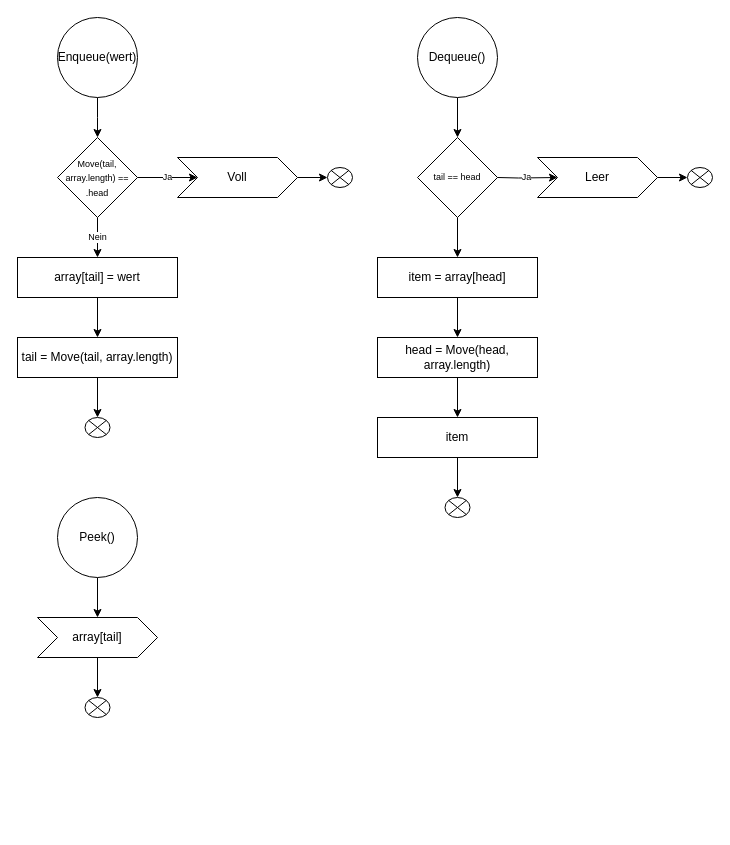
Above: Queue_Diagram.drawio.xml in amariwan/Stack-Queue-LinkedList (draw.io), before the change. Source tidied: cells renumbered, new cells numbered last; positions are measured from the earlier drawing's top-left corner, leaving out a move shared by most shapes. Both pictures are drawn from the tidied source at 100%, with x=0, y=0 at pixel (17, 17).
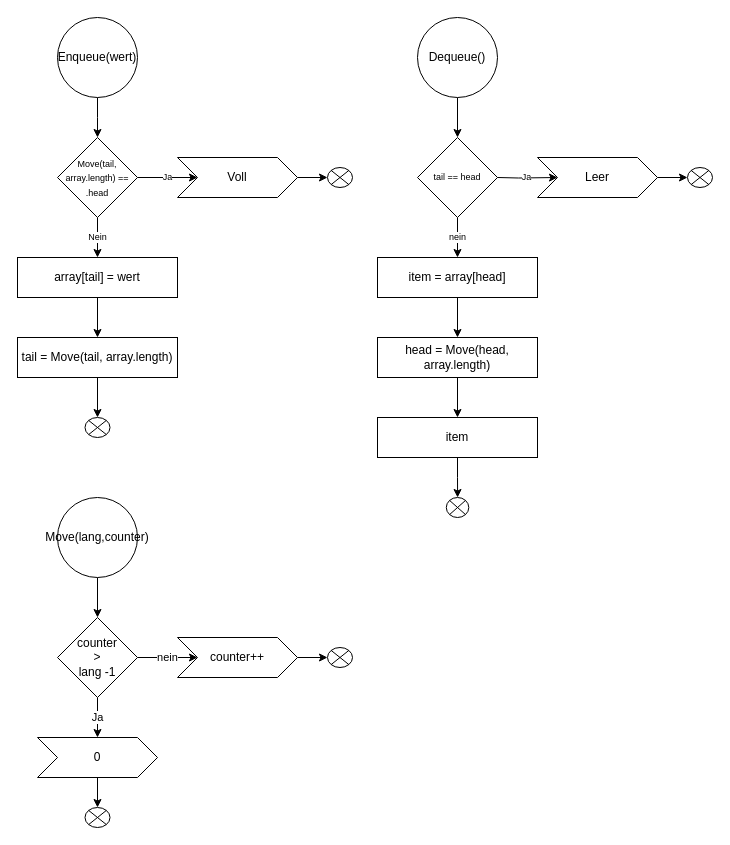
After the change.

Unchanged cells that the change refers to:
```xml
<mxCell id="18" value="tail == head" style="rhombus;whiteSpace=wrap;html=1;fontSize=9;" parent="1" vertex="1">
  <mxGeometry x="400" y="120" width="80" height="80" as="geometry" />
</mxCell>
<mxCell id="24" value="&lt;span style=&quot;font-weight: normal;&quot;&gt;item = array[head]&lt;/span&gt;" style="whiteSpace=wrap;html=1;fontStyle=1;" parent="1" vertex="1">
  <mxGeometry x="360" y="240" width="160" height="40" as="geometry" />
</mxCell>
```

Change to the diagram source:
```diff
@@
-    <mxCell id="17" style="edgeStyle=orthogonalEdgeStyle;rounded=0;jettySize=auto;html=1;fontSize=9;" parent="1" edge="1" source="18" target="24">
+    <mxCell id="17" value="nein" style="edgeStyle=orthogonalEdgeStyle;rounded=0;jettySize=auto;html=1;fontSize=9;" parent="1" edge="1" source="18" target="24">
       <mxGeometry relative="1" as="geometry" />
     </mxCell>
@@
     <mxCell id="29" style="verticalLabelPosition=bottom;verticalAlign=top;html=1;shape=mxgraph.flowchart.or;" parent="1" vertex="1">
-      <mxGeometry x="427.5" y="480" width="25" height="20" as="geometry" />
+      <mxGeometry x="428.8" y="480" width="22.5" height="20" as="geometry" />
     </mxCell>
-    <mxCell id="30" style="edgeStyle=orthogonalEdgeStyle;rounded=0;jettySize=auto;html=1;fontSize=9;" parent="1" edge="1" source="31" target="33">
-      <mxGeometry relative="1" as="geometry" />
-    </mxCell>
-    <mxCell id="31" value="Peek()" style="ellipse;whiteSpace=wrap;html=1;fontFamily=Helvetica;fontSize=12;fontColor=#000000;strokeColor=default;fillColor=default;" parent="1" vertex="1">
-      <mxGeometry x="40" y="480" width="80" height="80" as="geometry" />
-    </mxCell>
-    <mxCell id="32" style="edgeStyle=orthogonalEdgeStyle;rounded=0;jettySize=auto;html=1;fontSize=9;" parent="1" edge="1" source="33" target="34">
-      <mxGeometry relative="1" as="geometry" />
-    </mxCell>
-    <mxCell id="33" value="array[tail]" style="shape=step;perimeter=stepPerimeter;whiteSpace=wrap;html=1;fixedSize=1;fontFamily=Helvetica;fontSize=12;fontColor=#000000;strokeColor=default;fillColor=default;" parent="1" vertex="1">
-      <mxGeometry x="20" y="600" width="120" height="40" as="geometry" />
-    </mxCell>
-    <mxCell id="34" style="verticalLabelPosition=bottom;verticalAlign=top;html=1;shape=mxgraph.flowchart.or;" parent="1" vertex="1">
-      <mxGeometry x="67.5" y="680" width="25" height="20" as="geometry" />
-    </mxCell>
+    <mxCell id="35" style="edgeStyle=orthogonalEdgeStyle;rounded=0;jettySize=auto;html=1;entryX=0.5;entryY=0;entryDx=0;entryDy=0;" parent="1" edge="1" source="36" target="39">
+      <mxGeometry relative="1" as="geometry" />
+    </mxCell>
+    <mxCell id="36" value="Move(lang,counter)" style="ellipse;whiteSpace=wrap;html=1;fontFamily=Helvetica;fontSize=12;fontColor=#000000;strokeColor=default;fillColor=default;" parent="1" vertex="1">
+      <mxGeometry x="40" y="480" width="80" height="80" as="geometry" />
+    </mxCell>
+    <mxCell id="37" value="nein" style="edgeStyle=orthogonalEdgeStyle;rounded=0;jettySize=auto;html=1;" parent="1" edge="1" source="39" target="41">
+      <mxGeometry relative="1" as="geometry" />
+    </mxCell>
+    <mxCell id="38" value="Ja" style="edgeStyle=orthogonalEdgeStyle;rounded=0;jettySize=auto;html=1;" parent="1" edge="1" source="39" target="44">
+      <mxGeometry relative="1" as="geometry" />
+    </mxCell>
+    <mxCell id="39" value="counter&lt;br&gt;&amp;gt;&lt;br&gt;lang -1" style="rhombus;whiteSpace=wrap;html=1;" parent="1" vertex="1">
+      <mxGeometry x="40" y="600" width="80" height="80" as="geometry" />
+    </mxCell>
+    <mxCell id="40" style="edgeStyle=orthogonalEdgeStyle;rounded=0;jettySize=auto;html=1;fontSize=9;" parent="1" edge="1" source="41" target="42">
+      <mxGeometry relative="1" as="geometry" />
+    </mxCell>
+    <mxCell id="41" value="counter++" style="shape=step;perimeter=stepPerimeter;whiteSpace=wrap;html=1;fixedSize=1;fontFamily=Helvetica;fontSize=12;fontColor=#000000;strokeColor=default;fillColor=default;" parent="1" vertex="1">
+      <mxGeometry x="160" y="620" width="120" height="40" as="geometry" />
+    </mxCell>
+    <mxCell id="42" style="verticalLabelPosition=bottom;verticalAlign=top;html=1;shape=mxgraph.flowchart.or;" parent="1" vertex="1">
+      <mxGeometry x="310" y="630" width="25" height="20" as="geometry" />
+    </mxCell>
+    <mxCell id="43" style="edgeStyle=orthogonalEdgeStyle;rounded=0;jettySize=auto;html=1;fontSize=9;" parent="1" edge="1" source="44" target="45">
+      <mxGeometry relative="1" as="geometry" />
+    </mxCell>
+    <mxCell id="44" value="0" style="shape=step;perimeter=stepPerimeter;whiteSpace=wrap;html=1;fixedSize=1;fontFamily=Helvetica;fontSize=12;fontColor=#000000;strokeColor=default;fillColor=default;" parent="1" vertex="1">
+      <mxGeometry x="20" y="720" width="120" height="40" as="geometry" />
+    </mxCell>
+    <mxCell id="45" style="verticalLabelPosition=bottom;verticalAlign=top;html=1;shape=mxgraph.flowchart.or;" parent="1" vertex="1">
+      <mxGeometry x="67.5" y="790" width="25" height="20" as="geometry" />
+    </mxCell>
```
